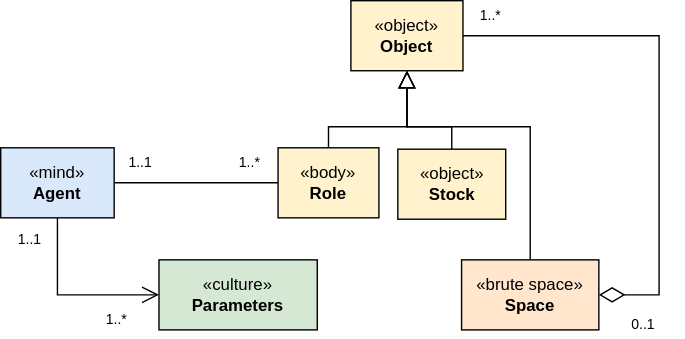
Earlier version of the draw.io export docs/diagrams/base_model.drawio.svg (MalcomChumchouaPenda/MC-AB-SFC2). Source tidied: cells renumbered, new cells last; positions are measured from the earlier drawing's top-left corner, leaving out a move shared by most shapes. Its diagram source:
```xml
<mxGraphModel>
  <root>
    <mxCell id="0" />
    <mxCell id="1" parent="0" />
    <mxCell id="2" value="1..*" style="text;html=1;align=center;verticalAlign=middle;whiteSpace=wrap;rounded=0;fontSize=10;strokeColor=none;fontStyle=0;" parent="1" vertex="1">
      <mxGeometry x="335" width="30" height="20" as="geometry" />
    </mxCell>
    <mxCell id="3" value="0..1" style="text;html=1;align=center;verticalAlign=middle;whiteSpace=wrap;rounded=0;fontSize=10;strokeColor=none;fontStyle=0;" parent="1" vertex="1">
      <mxGeometry x="444" y="221" width="30" height="20" as="geometry" />
    </mxCell>
    <mxCell id="4" style="edgeStyle=orthogonalEdgeStyle;html=1;exitX=0.5;exitY=1;exitDx=0;exitDy=0;endArrow=open;endFill=0;endSize=10;startSize=10;strokeColor=#000000;entryX=0;entryY=0.5;entryDx=0;entryDy=0;rounded=0;curved=0;" parent="1" edge="1" source="6" target="8">
      <mxGeometry relative="1" as="geometry" />
    </mxCell>
    <mxCell id="5" style="edgeStyle=none;html=1;entryX=0;entryY=0.5;entryDx=0;entryDy=0;endArrow=none;endFill=0;endSize=10;startSize=10;strokeColor=#000000;fontStyle=1;" parent="1" edge="1" source="6" target="7">
      <mxGeometry relative="1" as="geometry" />
    </mxCell>
    <mxCell id="6" value="«mind»&lt;br&gt;&lt;b&gt;Agent&lt;/b&gt;" style="html=1;whiteSpace=wrap;fillColor=#dae8fc;strokeColor=#000000;" parent="1" vertex="1">
      <mxGeometry y="105" width="81" height="50" as="geometry" />
    </mxCell>
    <mxCell id="7" value="«body»&lt;br&gt;&lt;b&gt;Role&lt;/b&gt;" style="html=1;whiteSpace=wrap;fillColor=#fff2cc;strokeColor=#000000;" parent="1" vertex="1">
      <mxGeometry x="198" y="105" width="72" height="50" as="geometry" />
    </mxCell>
    <mxCell id="8" value="«culture»&lt;br&gt;&lt;b&gt;Parameters&lt;/b&gt;" style="html=1;whiteSpace=wrap;fillColor=#d5e8d4;strokeColor=#000000;" parent="1" vertex="1">
      <mxGeometry x="113" y="185" width="113" height="50" as="geometry" />
    </mxCell>
    <mxCell id="9" style="edgeStyle=orthogonalEdgeStyle;html=1;entryX=1;entryY=0.5;entryDx=0;entryDy=0;rounded=0;exitX=1;exitY=0.5;exitDx=0;exitDy=0;strokeColor=#000000;endArrow=none;endFill=0;startArrow=diamondThin;startFill=0;endSize=16;startSize=16;" parent="1" edge="1" source="10" target="19">
      <mxGeometry relative="1" as="geometry">
        <Array as="points">
          <mxPoint x="470" y="210" />
          <mxPoint x="470" y="25" />
        </Array>
      </mxGeometry>
    </mxCell>
    <mxCell id="10" value="«brute space»&lt;br&gt;&lt;b&gt;Space&lt;/b&gt;" style="html=1;whiteSpace=wrap;fillColor=#ffe6cc;strokeColor=#000000;" parent="1" vertex="1">
      <mxGeometry x="329" y="185" width="98" height="50" as="geometry" />
    </mxCell>
    <mxCell id="11" value="«object»&lt;br&gt;&lt;b&gt;Stock&lt;/b&gt;" style="html=1;whiteSpace=wrap;fillColor=#fff2cc;strokeColor=#000000;" parent="1" vertex="1">
      <mxGeometry x="283.5" y="106" width="77" height="50" as="geometry" />
    </mxCell>
    <mxCell id="12" value="1..1" style="text;html=1;align=center;verticalAlign=middle;whiteSpace=wrap;rounded=0;fontSize=10;strokeColor=none;fontStyle=0;" parent="1" vertex="1">
      <mxGeometry x="85" y="105" width="30" height="20" as="geometry" />
    </mxCell>
    <mxCell id="13" value="1..*" style="text;html=1;align=center;verticalAlign=middle;whiteSpace=wrap;rounded=0;fontSize=10;strokeColor=none;fontStyle=0;" parent="1" vertex="1">
      <mxGeometry x="163" y="105" width="30" height="20" as="geometry" />
    </mxCell>
    <mxCell id="14" value="1..1" style="text;html=1;align=center;verticalAlign=middle;whiteSpace=wrap;rounded=0;fontSize=10;strokeColor=none;fontStyle=0;" parent="1" vertex="1">
      <mxGeometry x="6" y="160" width="30" height="20" as="geometry" />
    </mxCell>
    <mxCell id="15" value="1..*" style="text;html=1;align=center;verticalAlign=middle;whiteSpace=wrap;rounded=0;fontSize=10;strokeColor=none;fontStyle=0;" parent="1" vertex="1">
      <mxGeometry x="68" y="217" width="30" height="20" as="geometry" />
    </mxCell>
    <mxCell id="16" style="edgeStyle=orthogonalEdgeStyle;html=1;exitX=0.5;exitY=1;exitDx=0;exitDy=0;entryX=0.5;entryY=0;entryDx=0;entryDy=0;startArrow=block;startFill=0;endArrow=none;endFill=0;rounded=0;strokeColor=#000000;endSize=10;startSize=10;" parent="1" edge="1" source="19" target="7">
      <mxGeometry relative="1" as="geometry">
        <Array as="points">
          <mxPoint x="290" y="90" />
          <mxPoint x="234" y="90" />
        </Array>
      </mxGeometry>
    </mxCell>
    <mxCell id="17" style="html=1;entryX=0.5;entryY=0;entryDx=0;entryDy=0;exitX=0.5;exitY=1;exitDx=0;exitDy=0;startArrow=block;startFill=0;endArrow=none;endFill=0;rounded=0;strokeColor=#000000;endSize=10;startSize=10;edgeStyle=orthogonalEdgeStyle;" parent="1" edge="1" source="19" target="11">
      <mxGeometry relative="1" as="geometry">
        <Array as="points">
          <mxPoint x="290" y="90" />
          <mxPoint x="322" y="90" />
        </Array>
      </mxGeometry>
    </mxCell>
    <mxCell id="18" style="edgeStyle=orthogonalEdgeStyle;html=1;entryX=0.5;entryY=0;entryDx=0;entryDy=0;exitX=0.5;exitY=1;exitDx=0;exitDy=0;startArrow=block;startFill=0;endArrow=none;endFill=0;rounded=0;strokeColor=#000000;endSize=10;startSize=10;" parent="1" edge="1" source="19" target="10">
      <mxGeometry relative="1" as="geometry">
        <Array as="points">
          <mxPoint x="290" y="90" />
          <mxPoint x="378" y="90" />
        </Array>
      </mxGeometry>
    </mxCell>
    <mxCell id="19" value="«object»&lt;br&gt;&lt;b&gt;Object&lt;/b&gt;" style="html=1;whiteSpace=wrap;fillColor=#fff2cc;strokeColor=#000000;" parent="1" vertex="1">
      <mxGeometry x="250" width="80" height="50" as="geometry" />
    </mxCell>
  </root>
</mxGraphModel>
```
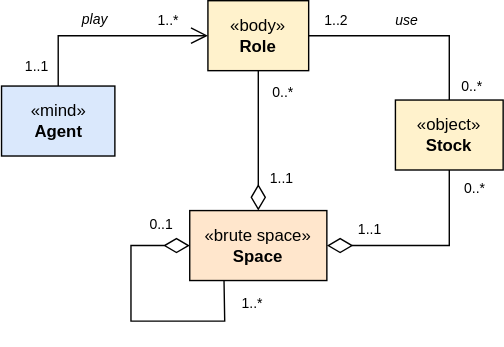
After the change.

Change to the diagram source:
```diff
@@ -2,79 +2,74 @@
   <root>
     <mxCell id="0" />
     <mxCell id="1" parent="0" />
-    <mxCell id="2" value="1..*" style="text;html=1;align=center;verticalAlign=middle;whiteSpace=wrap;rounded=0;fontSize=10;strokeColor=none;fontStyle=0;" parent="1" vertex="1">
-      <mxGeometry x="335" width="30" height="20" as="geometry" />
+    <mxCell id="2" value="1..2" style="text;html=1;align=center;verticalAlign=middle;whiteSpace=wrap;rounded=0;fontSize=10;strokeColor=none;fontStyle=0;" parent="1" vertex="1">
+      <mxGeometry x="312" y="15" width="30" height="20" as="geometry" />
     </mxCell>
-    <mxCell id="3" value="0..1" style="text;html=1;align=center;verticalAlign=middle;whiteSpace=wrap;rounded=0;fontSize=10;strokeColor=none;fontStyle=0;" parent="1" vertex="1">
-      <mxGeometry x="444" y="221" width="30" height="20" as="geometry" />
+    <mxCell id="3" value="0..*" style="text;html=1;align=center;verticalAlign=middle;whiteSpace=wrap;rounded=0;fontSize=10;strokeColor=none;fontStyle=0;" parent="1" vertex="1">
+      <mxGeometry x="411" y="135" width="30" height="20" as="geometry" />
     </mxCell>
-    <mxCell id="4" style="edgeStyle=orthogonalEdgeStyle;html=1;exitX=0.5;exitY=1;exitDx=0;exitDy=0;endArrow=open;endFill=0;endSize=10;startSize=10;strokeColor=#000000;entryX=0;entryY=0.5;entryDx=0;entryDy=0;rounded=0;curved=0;" parent="1" edge="1" source="6" target="8">
-      <mxGeometry relative="1" as="geometry" />
-    </mxCell>
-    <mxCell id="5" style="edgeStyle=none;html=1;entryX=0;entryY=0.5;entryDx=0;entryDy=0;endArrow=none;endFill=0;endSize=10;startSize=10;strokeColor=#000000;fontStyle=1;" parent="1" edge="1" source="6" target="7">
+    <mxCell id="5" style="edgeStyle=orthogonalEdgeStyle;html=1;entryX=0;entryY=0.5;entryDx=0;entryDy=0;endArrow=open;endFill=0;endSize=10;startSize=10;strokeColor=#000000;fontStyle=1;exitX=0.5;exitY=0;exitDx=0;exitDy=0;rounded=0;curved=0;" parent="1" edge="1" source="6" target="7">
       <mxGeometry relative="1" as="geometry" />
     </mxCell>
     <mxCell id="6" value="«mind»&lt;br&gt;&lt;b&gt;Agent&lt;/b&gt;" style="html=1;whiteSpace=wrap;fillColor=#dae8fc;strokeColor=#000000;" parent="1" vertex="1">
-      <mxGeometry y="105" width="81" height="50" as="geometry" />
+      <mxGeometry x="87.5" y="72" width="81" height="50" as="geometry" />
     </mxCell>
     <mxCell id="7" value="«body»&lt;br&gt;&lt;b&gt;Role&lt;/b&gt;" style="html=1;whiteSpace=wrap;fillColor=#fff2cc;strokeColor=#000000;" parent="1" vertex="1">
-      <mxGeometry x="198" y="105" width="72" height="50" as="geometry" />
+      <mxGeometry x="235" y="11" width="72" height="50" as="geometry" />
     </mxCell>
-    <mxCell id="8" value="«culture»&lt;br&gt;&lt;b&gt;Parameters&lt;/b&gt;" style="html=1;whiteSpace=wrap;fillColor=#d5e8d4;strokeColor=#000000;" parent="1" vertex="1">
-      <mxGeometry x="113" y="185" width="113" height="50" as="geometry" />
-    </mxCell>
-    <mxCell id="9" style="edgeStyle=orthogonalEdgeStyle;html=1;entryX=1;entryY=0.5;entryDx=0;entryDy=0;rounded=0;exitX=1;exitY=0.5;exitDx=0;exitDy=0;strokeColor=#000000;endArrow=none;endFill=0;startArrow=diamondThin;startFill=0;endSize=16;startSize=16;" parent="1" edge="1" source="10" target="19">
-      <mxGeometry relative="1" as="geometry">
-        <Array as="points">
-          <mxPoint x="470" y="210" />
-          <mxPoint x="470" y="25" />
-        </Array>
-      </mxGeometry>
+    <mxCell id="9" style="edgeStyle=orthogonalEdgeStyle;html=1;entryX=0.5;entryY=1;entryDx=0;entryDy=0;rounded=0;strokeColor=#000000;endArrow=none;endFill=0;startArrow=diamondThin;startFill=0;endSize=16;startSize=16;exitX=1;exitY=0.5;exitDx=0;exitDy=0;" parent="1" edge="1" source="10" target="11">
+      <mxGeometry relative="1" as="geometry" />
     </mxCell>
     <mxCell id="10" value="«brute space»&lt;br&gt;&lt;b&gt;Space&lt;/b&gt;" style="html=1;whiteSpace=wrap;fillColor=#ffe6cc;strokeColor=#000000;" parent="1" vertex="1">
-      <mxGeometry x="329" y="185" width="98" height="50" as="geometry" />
+      <mxGeometry x="222" y="161" width="98" height="50" as="geometry" />
     </mxCell>
     <mxCell id="11" value="«object»&lt;br&gt;&lt;b&gt;Stock&lt;/b&gt;" style="html=1;whiteSpace=wrap;fillColor=#fff2cc;strokeColor=#000000;" parent="1" vertex="1">
-      <mxGeometry x="283.5" y="106" width="77" height="50" as="geometry" />
+      <mxGeometry x="369" y="82" width="77" height="50" as="geometry" />
     </mxCell>
     <mxCell id="12" value="1..1" style="text;html=1;align=center;verticalAlign=middle;whiteSpace=wrap;rounded=0;fontSize=10;strokeColor=none;fontStyle=0;" parent="1" vertex="1">
-      <mxGeometry x="85" y="105" width="30" height="20" as="geometry" />
+      <mxGeometry x="98" y="48" width="30" height="20" as="geometry" />
     </mxCell>
     <mxCell id="13" value="1..*" style="text;html=1;align=center;verticalAlign=middle;whiteSpace=wrap;rounded=0;fontSize=10;strokeColor=none;fontStyle=0;" parent="1" vertex="1">
-      <mxGeometry x="163" y="105" width="30" height="20" as="geometry" />
+      <mxGeometry x="192" y="15" width="30" height="20" as="geometry" />
     </mxCell>
-    <mxCell id="14" value="1..1" style="text;html=1;align=center;verticalAlign=middle;whiteSpace=wrap;rounded=0;fontSize=10;strokeColor=none;fontStyle=0;" parent="1" vertex="1">
-      <mxGeometry x="6" y="160" width="30" height="20" as="geometry" />
-    </mxCell>
+    <mxCell id="18" style="edgeStyle=orthogonalEdgeStyle;html=1;entryX=0.5;entryY=0;entryDx=0;entryDy=0;exitX=0.5;exitY=1;exitDx=0;exitDy=0;startArrow=none;startFill=0;endArrow=diamondThin;endFill=0;rounded=0;strokeColor=#000000;endSize=16;startSize=16;" parent="1" edge="1" source="7" target="10">
+      <mxGeometry relative="1" as="geometry" />
+    </mxCell>
+    <mxCell id="20" style="edgeStyle=orthogonalEdgeStyle;html=1;rounded=0;strokeColor=#000000;endArrow=none;endFill=0;startArrow=none;startFill=0;endSize=16;startSize=16;exitX=1;exitY=0.5;exitDx=0;exitDy=0;" parent="1" edge="1" source="7" target="11">
+      <mxGeometry relative="1" as="geometry" />
+    </mxCell>
+    <mxCell id="21" style="endArrow=diamondThin;html=1;entryX=0;entryY=0.5;entryDx=0;entryDy=0;exitX=0.25;exitY=1;exitDx=0;exitDy=0;strokeColor=default;rounded=0;curved=0;endFill=0;endSize=16;startSize=16;" parent="1" edge="1" source="10" target="10">
+      <mxGeometry relative="1" as="geometry">
+        <Array as="points">
+          <mxPoint x="247" y="240" />
+          <mxPoint x="180" y="240" />
+          <mxPoint x="180" y="186" />
+        </Array>
+      </mxGeometry>
+    </mxCell>
+    <mxCell id="22" value="use" style="text;html=1;align=center;verticalAlign=middle;whiteSpace=wrap;rounded=0;fontSize=10;strokeColor=none;fontStyle=2;" parent="1" vertex="1">
+      <mxGeometry x="358" y="15" width="39" height="20" as="geometry" />
+    </mxCell>
     <mxCell id="15" value="1..*" style="text;html=1;align=center;verticalAlign=middle;whiteSpace=wrap;rounded=0;fontSize=10;strokeColor=none;fontStyle=0;" parent="1" vertex="1">
-      <mxGeometry x="68" y="217" width="30" height="20" as="geometry" />
+      <mxGeometry x="252" y="217" width="30" height="20" as="geometry" />
     </mxCell>
-    <mxCell id="16" style="edgeStyle=orthogonalEdgeStyle;html=1;exitX=0.5;exitY=1;exitDx=0;exitDy=0;entryX=0.5;entryY=0;entryDx=0;entryDy=0;startArrow=block;startFill=0;endArrow=none;endFill=0;rounded=0;strokeColor=#000000;endSize=10;startSize=10;" parent="1" edge="1" source="19" target="7">
-      <mxGeometry relative="1" as="geometry">
-        <Array as="points">
-          <mxPoint x="290" y="90" />
-          <mxPoint x="234" y="90" />
-        </Array>
-      </mxGeometry>
-    </mxCell>
-    <mxCell id="17" style="html=1;entryX=0.5;entryY=0;entryDx=0;entryDy=0;exitX=0.5;exitY=1;exitDx=0;exitDy=0;startArrow=block;startFill=0;endArrow=none;endFill=0;rounded=0;strokeColor=#000000;endSize=10;startSize=10;edgeStyle=orthogonalEdgeStyle;" parent="1" edge="1" source="19" target="11">
-      <mxGeometry relative="1" as="geometry">
-        <Array as="points">
-          <mxPoint x="290" y="90" />
-          <mxPoint x="322" y="90" />
-        </Array>
-      </mxGeometry>
-    </mxCell>
-    <mxCell id="18" style="edgeStyle=orthogonalEdgeStyle;html=1;entryX=0.5;entryY=0;entryDx=0;entryDy=0;exitX=0.5;exitY=1;exitDx=0;exitDy=0;startArrow=block;startFill=0;endArrow=none;endFill=0;rounded=0;strokeColor=#000000;endSize=10;startSize=10;" parent="1" edge="1" source="19" target="10">
-      <mxGeometry relative="1" as="geometry">
-        <Array as="points">
-          <mxPoint x="290" y="90" />
-          <mxPoint x="378" y="90" />
-        </Array>
-      </mxGeometry>
-    </mxCell>
-    <mxCell id="19" value="«object»&lt;br&gt;&lt;b&gt;Object&lt;/b&gt;" style="html=1;whiteSpace=wrap;fillColor=#fff2cc;strokeColor=#000000;" parent="1" vertex="1">
-      <mxGeometry x="250" width="80" height="50" as="geometry" />
-    </mxCell>
+    <mxCell id="23" value="0..1" style="text;html=1;align=center;verticalAlign=middle;whiteSpace=wrap;rounded=0;fontSize=10;strokeColor=none;fontStyle=0;" parent="1" vertex="1">
+      <mxGeometry x="187" y="161" width="30" height="20" as="geometry" />
+    </mxCell>
+    <mxCell id="24" value="play" style="text;html=1;align=center;verticalAlign=middle;whiteSpace=wrap;rounded=0;fontSize=10;strokeColor=none;fontStyle=2;" parent="1" vertex="1">
+      <mxGeometry x="135" y="14" width="39" height="20" as="geometry" />
+    </mxCell>
+    <mxCell id="25" value="0..*" style="text;html=1;align=center;verticalAlign=middle;whiteSpace=wrap;rounded=0;fontSize=10;strokeColor=none;fontStyle=0;" parent="1" vertex="1">
+      <mxGeometry x="409" y="62" width="30" height="20" as="geometry" />
+    </mxCell>
+    <mxCell id="26" value="1..1" style="text;html=1;align=center;verticalAlign=middle;whiteSpace=wrap;rounded=0;fontSize=10;strokeColor=none;fontStyle=0;" parent="1" vertex="1">
+      <mxGeometry x="336" y="164" width="30" height="20" as="geometry" />
+    </mxCell>
+    <mxCell id="27" value="1..1" style="text;html=1;align=center;verticalAlign=middle;whiteSpace=wrap;rounded=0;fontSize=10;strokeColor=none;fontStyle=0;" parent="1" vertex="1">
+      <mxGeometry x="273" y="128" width="30" height="20" as="geometry" />
+    </mxCell>
+    <mxCell id="28" value="0..*" style="text;html=1;align=center;verticalAlign=middle;whiteSpace=wrap;rounded=0;fontSize=10;strokeColor=none;fontStyle=0;" parent="1" vertex="1">
+      <mxGeometry x="274" y="66" width="30" height="20" as="geometry" />
+    </mxCell>
   </root>
 </mxGraphModel>
```
